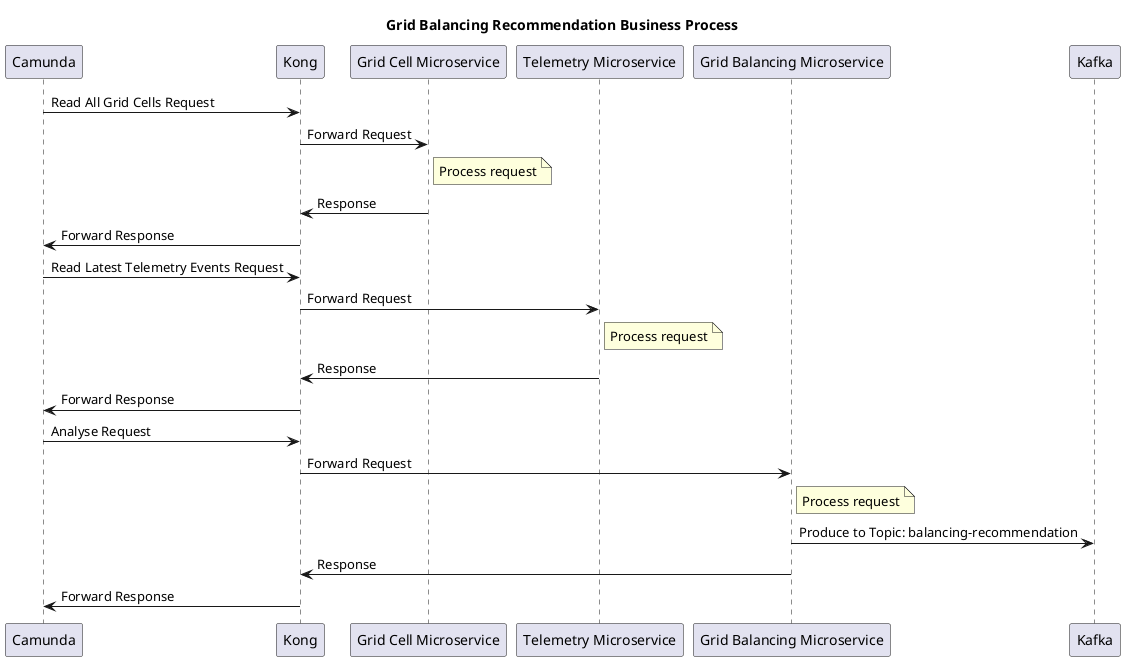
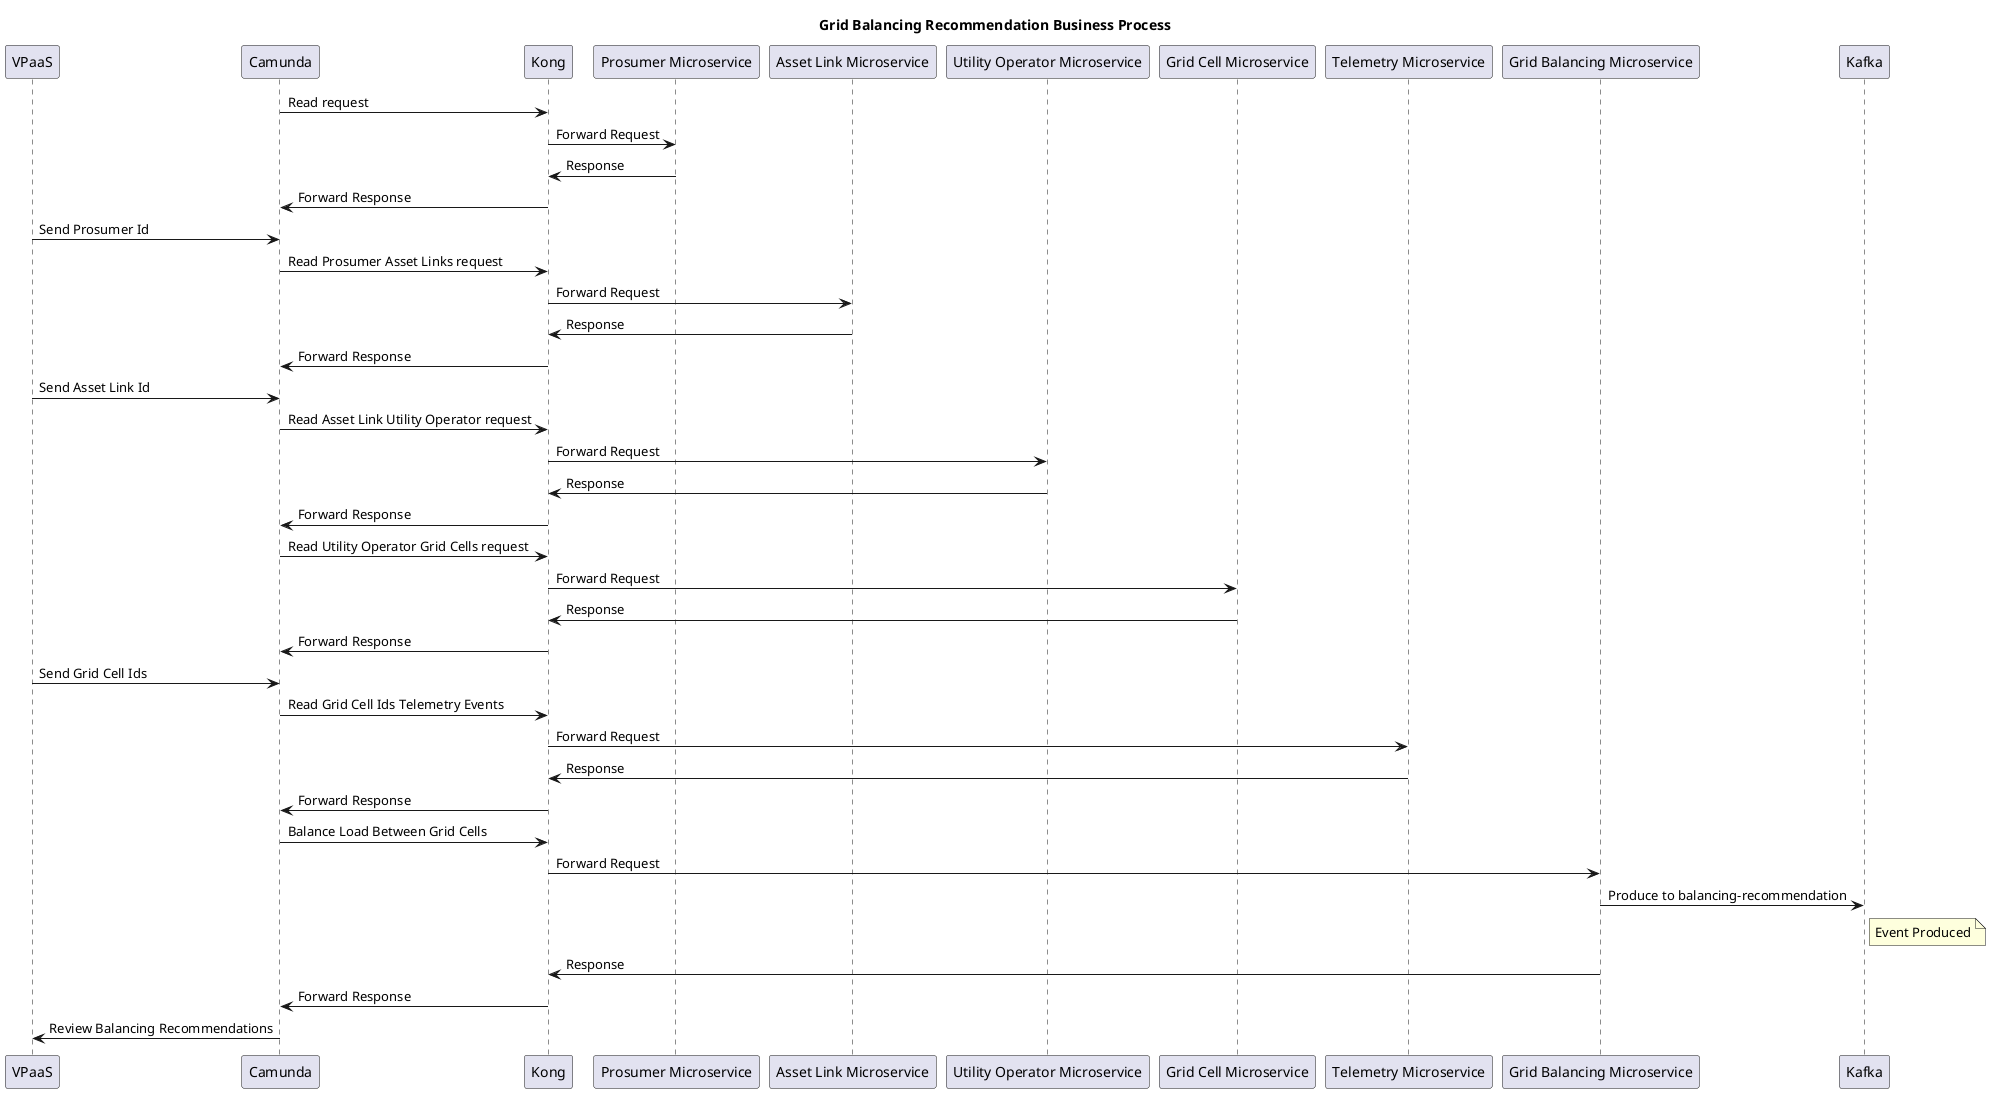
@startuml GridBalancingRecommendation
title Grid Balancing Recommendation Business Process

- /'
- Get all grid cells using the Grid Cell Microservice. GET /GridCell
- Get latest telemetry events for those grid cells using the Telemetry Microservice. GET /Telemetry/latest
- (Each telemetry event carries its own grid_cell_id, so we don't need to query Asset by grid cell.)
- Send to Grid Balancing Microservice for processing and produce balancing events. POST /balance
- 
- The business process does not need to query the Prosumer, Utility Operator and Asset Link microservices - as it is in
- the project statement - since all the information we need can be obtained from the previous endpoints.
- '/
- 
- participant Camunda
+ participant VPaaS
+ participant Camunda as C
participant Kong
+ participant "Prosumer Microservice" as P
+ participant "Asset Link Microservice" as AL
+ participant "Utility Operator Microservice" as UO
participant "Grid Cell Microservice" as GC
- participant "Telemetry Microservice" as Tel
+ participant "Telemetry Microservice" as T
participant "Grid Balancing Microservice" as GB
participant Kafka

- Camunda -> Kong : Read All Grid Cells Request
+ 
+ C -> Kong : Read request
+ Kong -> P : Forward Request
+ P -> Kong : Response
+ Kong -> C : Forward Response
+ 
+ VPaaS -> C : Send Prosumer Id
+ 
+ C -> Kong : Read Prosumer Asset Links request
+ Kong -> AL : Forward Request
+ AL -> Kong : Response
+ Kong -> C : Forward Response
+ 
+ VPaaS -> C : Send Asset Link Id
+ 
+ C -> Kong : Read Asset Link Utility Operator request
+ Kong -> UO : Forward Request
+ UO -> Kong : Response
+ Kong -> C : Forward Response
+ 
+ C -> Kong : Read Utility Operator Grid Cells request
Kong -> GC : Forward Request
- note right of GC : Process request
GC -> Kong : Response
- Kong -> Camunda : Forward Response
+ Kong -> C : Forward Response

- Camunda -> Kong : Read Latest Telemetry Events Request
- Kong -> Tel : Forward Request
- note right of Tel : Process request
- Tel -> Kong : Response
- Kong -> Camunda : Forward Response
+ VPaaS -> C : Send Grid Cell Ids

- Camunda -> Kong : Analyse Request
+ C -> Kong : Read Grid Cell Ids Telemetry Events
+ Kong -> T : Forward Request
+ T -> Kong : Response
+ Kong -> C : Forward Response
+ 
+ C -> Kong : Balance Load Between Grid Cells
Kong -> GB : Forward Request
- note right of GB : Process request
- GB -> Kafka : Produce to Topic: balancing-recommendation
+ GB -> Kafka : Produce to balancing-recommendation
+ note right of Kafka: Event Produced
GB -> Kong : Response
- Kong -> Camunda : Forward Response
+ Kong -> C : Forward Response
+ 
+ C -> VPaaS  : Review Balancing Recommendations
+ 
@enduml